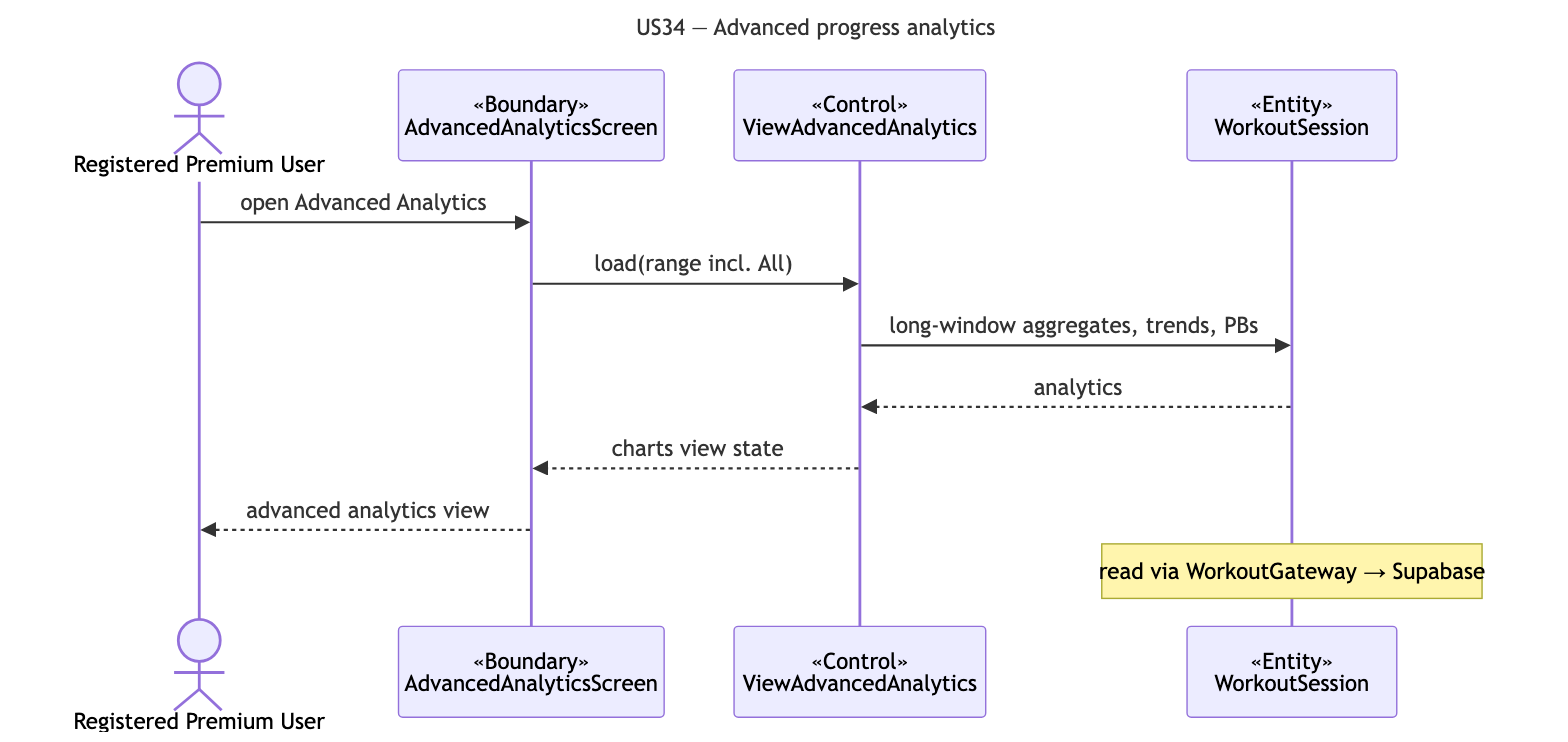
This is docs/deliverables/sequence-diagrams/US34-advanced-analytics.png from cyuanjun/FYP-26-S2-37-app, a Mermaid export, as it was before one commit. Its source is kept beside it as docs/deliverables/sequence-diagrams/src/US34-advanced-analytics.mmd.
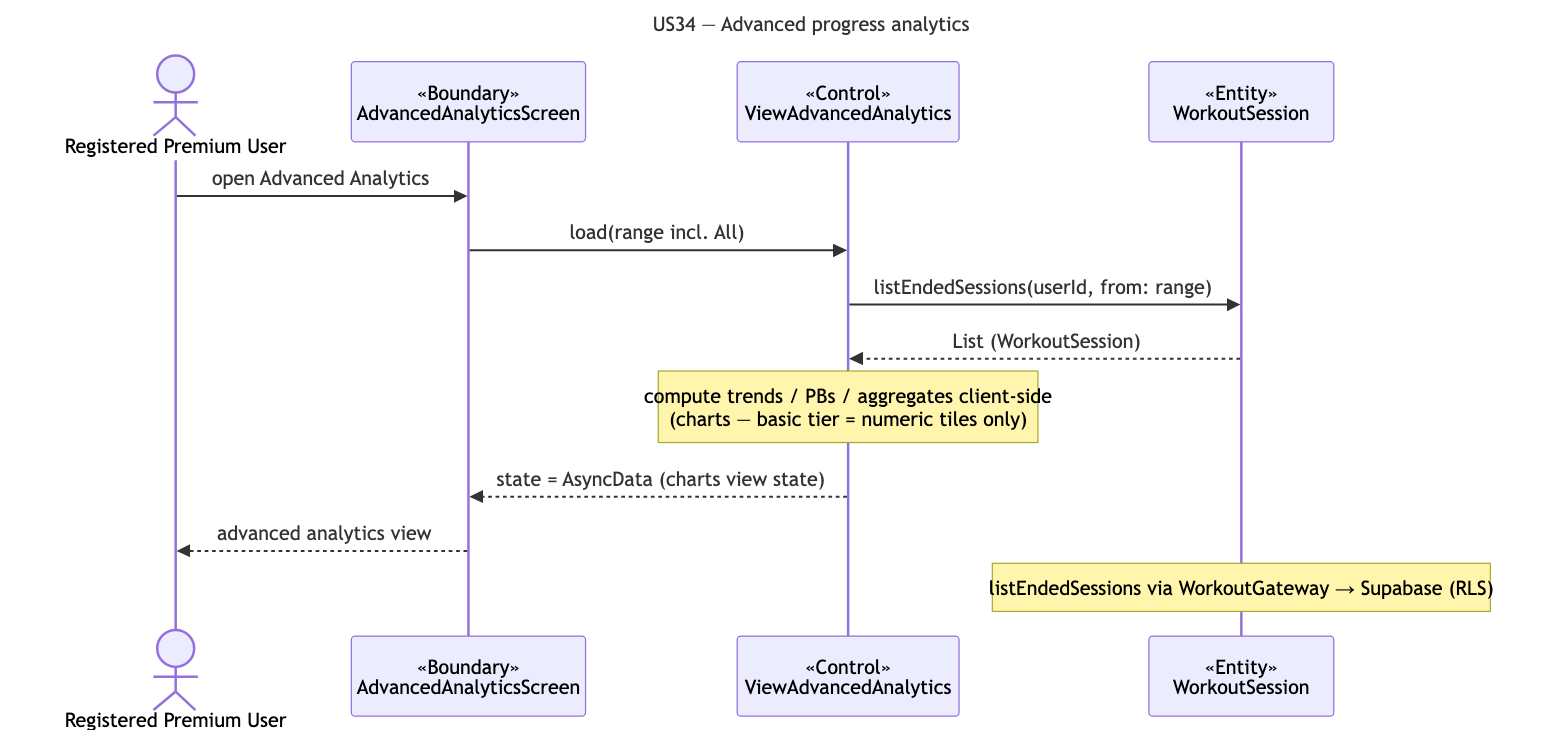
After the change.

Diff of the diagram source:
```diff
@@ -8,8 +8,9 @@
   participant E as «Entity»<br/>WorkoutSession
   A->>B: open Advanced Analytics
   B->>C: load(range incl. All)
-  C->>E: long-window aggregates, trends, PBs
-  E-->>C: analytics
-  C-->>B: charts view state
+  C->>E: listEndedSessions(userId, from: range)
+  E-->>C: List (WorkoutSession)
+  note over C: compute trends / PBs / aggregates client-side<br/>(charts — basic tier = numeric tiles only)
+  C-->>B: state = AsyncData (charts view state)
   B-->>A: advanced analytics view
-  note over E: read via WorkoutGateway → Supabase
+  note over E: listEndedSessions via WorkoutGateway → Supabase (RLS)
```
